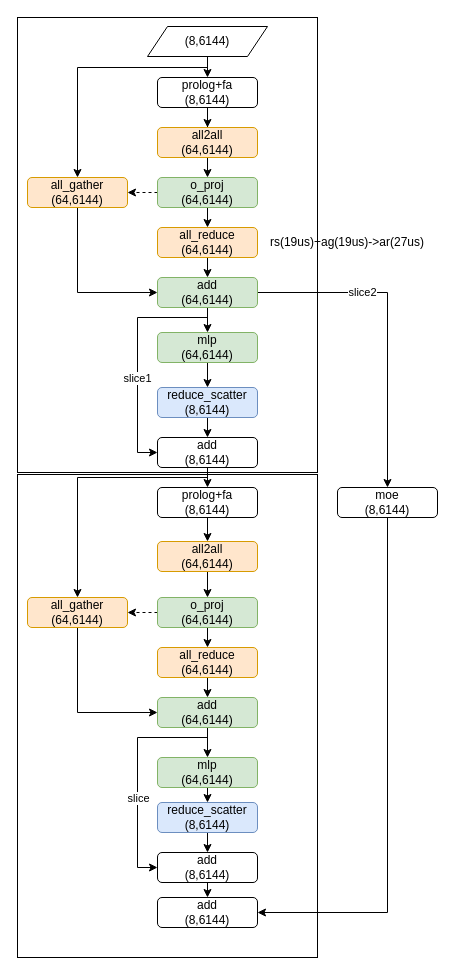
Earlier version of the draw.io diagram page "rs->allr" (2 of 4) of 未命名绘图.drawio (Pihli/draw_graph). Source tidied: cells renumbered, new cells numbered last; positions are measured from the earlier drawing's top-left corner, leaving out a move shared by most shapes. Both pictures are drawn from the tidied source at 100%, with x=0, y=0 at pixel (17, 17).
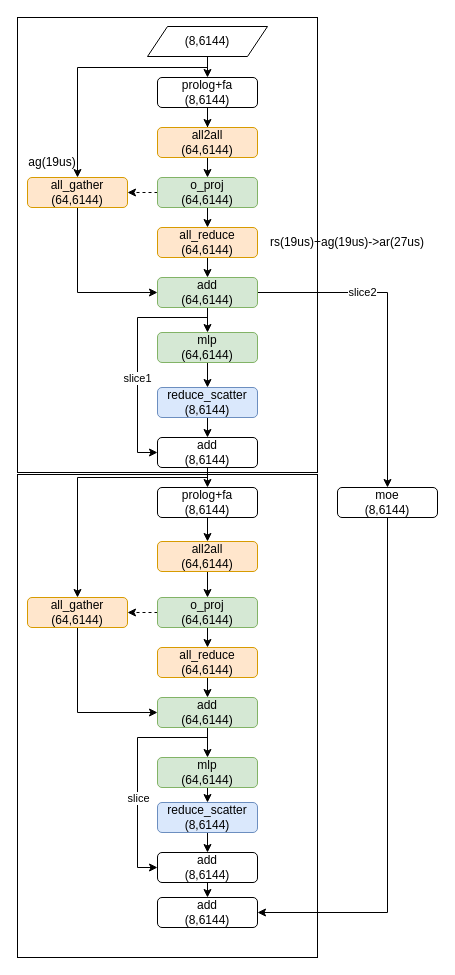
The same page after the edit.

Commit message:
更新未命名绘图.drawio

What changed in the source:
```diff
@@
+    <mxCell id="56" value="ag(19us)" style="text;html=1;whiteSpace=wrap;strokeColor=none;fillColor=none;align=center;verticalAlign=middle;rounded=0;" parent="1" vertex="1">
+      <mxGeometry y="130" width="70" height="30" as="geometry" />
+    </mxCell>
```
